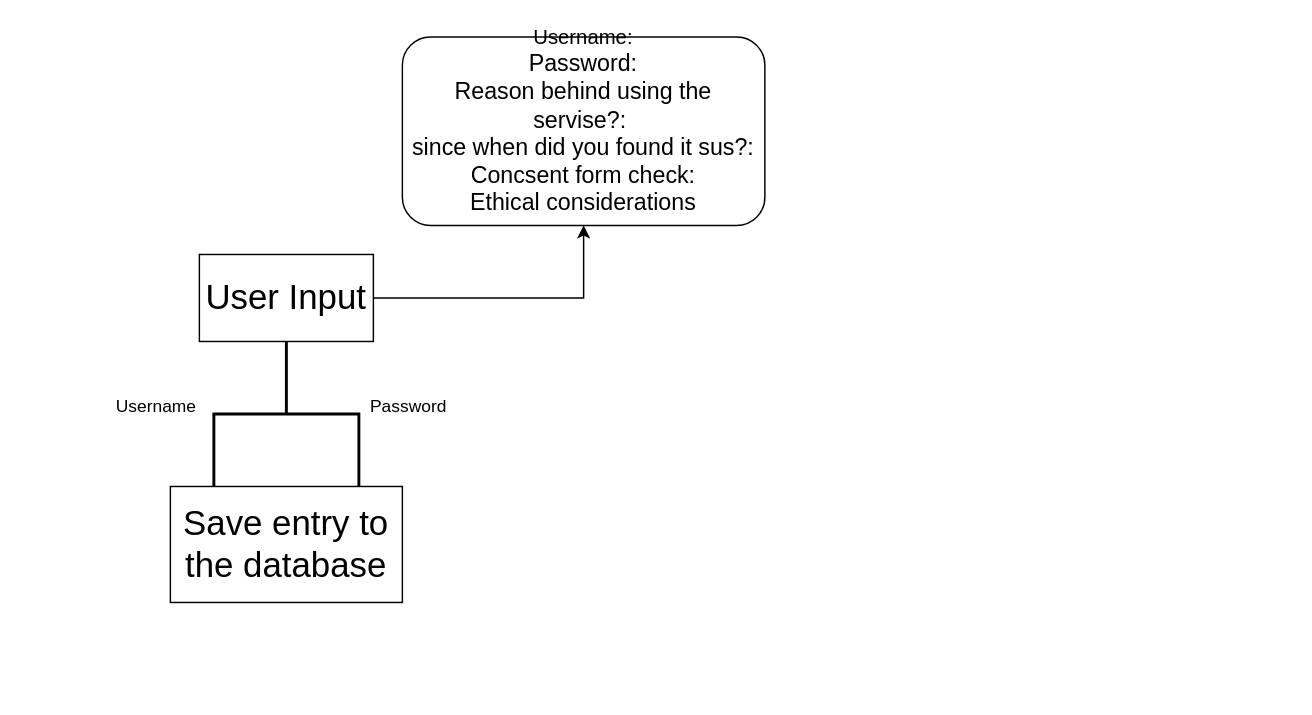
The draw.io diagram system design.drawio in KATHAN-VYAS/CredScan, before the edit. Source tidied: cells renumbered, new cells numbered last; positions are measured from the earlier drawing's top-left corner, leaving out a move shared by most shapes. Both pictures are drawn from the tidied source at 145%, with x=0, y=0 at pixel (97, 36).
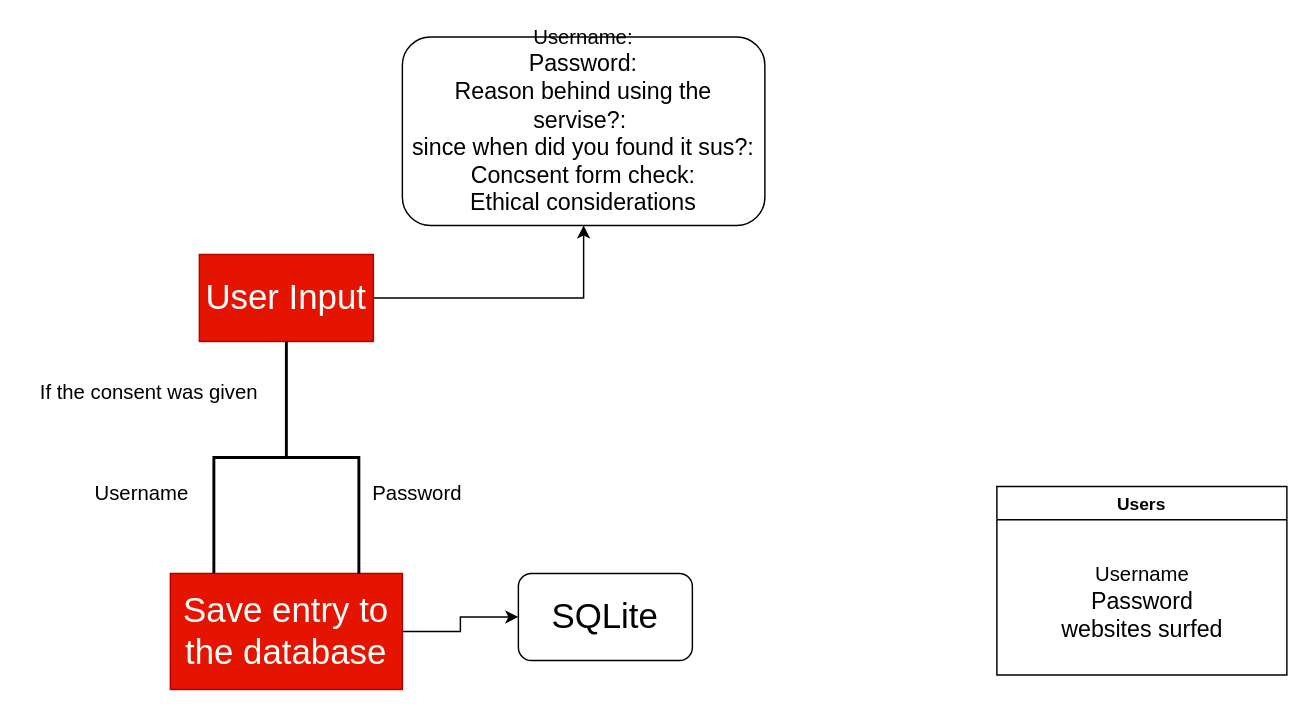
The same diagram, later.

The edit, as a diff of the source:
```diff
@@
 <mxGraphModel>
   <root>
     <mxCell id="0" />
     <mxCell id="1" parent="0" />
     <mxCell id="2" style="edgeStyle=orthogonalEdgeStyle;rounded=0;jettySize=auto;html=1;entryX=0.5;entryY=1;entryDx=0;entryDy=0;" parent="1" edge="1" source="3" target="8">
       <mxGeometry relative="1" as="geometry" />
     </mxCell>
-    <mxCell id="3" value="&lt;font style=&quot;font-size: 24px;&quot;&gt;User Input&lt;/font&gt;" style="rounded=0;whiteSpace=wrap;html=1;" parent="1" vertex="1">
+    <mxCell id="3" value="&lt;font style=&quot;font-size: 24px;&quot;&gt;User Input&lt;/font&gt;" style="rounded=0;whiteSpace=wrap;html=1;fillColor=#e51400;fontColor=#ffffff;strokeColor=#B20000;" parent="1" vertex="1">
       <mxGeometry x="70" y="150" width="120" height="60" as="geometry" />
     </mxCell>
+    <mxCell id="9" style="edgeStyle=orthogonalEdgeStyle;rounded=0;jettySize=auto;html=1;exitX=1;exitY=0.5;exitDx=0;exitDy=0;entryX=0;entryY=0.5;entryDx=0;entryDy=0;" parent="1" edge="1" source="4" target="11">
+      <mxGeometry relative="1" as="geometry" />
+    </mxCell>
-    <mxCell id="4" value="&lt;font style=&quot;font-size: 24px;&quot;&gt;Save entry to the database&lt;/font&gt;" style="rounded=0;whiteSpace=wrap;html=1;" parent="1" vertex="1">
-      <mxGeometry x="50" y="310" width="160" height="80" as="geometry" />
+    <mxCell id="4" value="&lt;font style=&quot;font-size: 24px;&quot;&gt;Save entry to the database&lt;/font&gt;" style="rounded=0;whiteSpace=wrap;html=1;fillColor=#e51400;fontColor=#ffffff;strokeColor=#B20000;" parent="1" vertex="1">
+      <mxGeometry x="50" y="370" width="160" height="80" as="geometry" />
     </mxCell>
     <mxCell id="5" style="strokeWidth=2;html=1;shape=mxgraph.flowchart.annotation_2;align=left;labelPosition=right;direction=south;" parent="1" vertex="1">
-      <mxGeometry x="80" y="210" width="100" height="100" as="geometry" />
+      <mxGeometry x="80" y="210" width="100" height="160" as="geometry" />
     </mxCell>
-    <mxCell id="6" value="Username" style="text;html=1;align=center;verticalAlign=middle;strokeColor=none;fillColor=none;" parent="1" vertex="1">
-      <mxGeometry y="240" width="80" height="30" as="geometry" />
+    <mxCell id="6" value="&lt;font style=&quot;font-size: 14px;&quot;&gt;Username&lt;/font&gt;" style="text;html=1;align=center;verticalAlign=middle;strokeColor=none;fillColor=none;" parent="1" vertex="1">
+      <mxGeometry x="-15" y="300" width="90" height="30" as="geometry" />
     </mxCell>
-    <mxCell id="7" value="Password" style="text;html=1;align=center;verticalAlign=middle;strokeColor=none;fillColor=none;" parent="1" vertex="1">
-      <mxGeometry x="174" y="240" width="80" height="30" as="geometry" />
+    <mxCell id="7" value="&lt;font style=&quot;font-size: 14px;&quot;&gt;Password&lt;/font&gt;" style="text;html=1;align=center;verticalAlign=middle;strokeColor=none;fillColor=none;" parent="1" vertex="1">
+      <mxGeometry x="180" y="300" width="80" height="30" as="geometry" />
     </mxCell>
     <mxCell id="8" value="&lt;font style=&quot;font-size: 14px;&quot;&gt;Username:&lt;/font&gt;&lt;div&gt;&lt;font size=&quot;3&quot;&gt;Password:&lt;/font&gt;&lt;/div&gt;&lt;div&gt;&lt;font size=&quot;3&quot;&gt;Reason behind using the servise?:&lt;span style=&quot;background-color: transparent; color: light-dark(rgb(0, 0, 0), rgb(255, 255, 255));&quot;&gt;&amp;nbsp;&lt;/span&gt;&lt;/font&gt;&lt;/div&gt;&lt;div&gt;&lt;font size=&quot;3&quot;&gt;since when did you found it sus?:&lt;br&gt;Concsent form check:&lt;/font&gt;&lt;/div&gt;&lt;div&gt;&lt;font size=&quot;3&quot;&gt;Ethical considerations&lt;/font&gt;&lt;/div&gt;&lt;div&gt;&lt;br&gt;&lt;/div&gt;" style="rounded=1;whiteSpace=wrap;html=1;" parent="1" vertex="1">
       <mxGeometry x="210" width="250" height="130" as="geometry" />
     </mxCell>
+    <mxCell id="10" value="&lt;font style=&quot;font-size: 14px;&quot;&gt;If the consent was given&lt;/font&gt;" style="text;html=1;align=center;verticalAlign=middle;strokeColor=none;fillColor=none;" parent="1" vertex="1">
+      <mxGeometry x="-50" y="230" width="170" height="30" as="geometry" />
+    </mxCell>
+    <mxCell id="11" value="&lt;font style=&quot;font-size: 24px;&quot;&gt;SQLite&lt;/font&gt;" style="rounded=1;whiteSpace=wrap;html=1;" parent="1" vertex="1">
+      <mxGeometry x="290" y="370" width="120" height="60" as="geometry" />
+    </mxCell>
+    <mxCell id="12" value="Users" style="swimlane;startSize=23;" parent="1" vertex="1">
+      <mxGeometry x="620" y="310" width="200" height="130" as="geometry" />
+    </mxCell>
+    <mxCell id="13" value="&lt;font style=&quot;font-size: 14px;&quot;&gt;Username&lt;/font&gt;&lt;div&gt;&lt;font size=&quot;3&quot;&gt;Password&lt;/font&gt;&lt;/div&gt;&lt;div&gt;&lt;font size=&quot;3&quot;&gt;websites surfed&lt;/font&gt;&lt;/div&gt;" style="text;html=1;align=center;verticalAlign=middle;strokeColor=none;fillColor=none;" parent="12" vertex="1">
+      <mxGeometry x="35" y="45" width="130" height="70" as="geometry" />
+    </mxCell>
   </root>
 </mxGraphModel>
```
